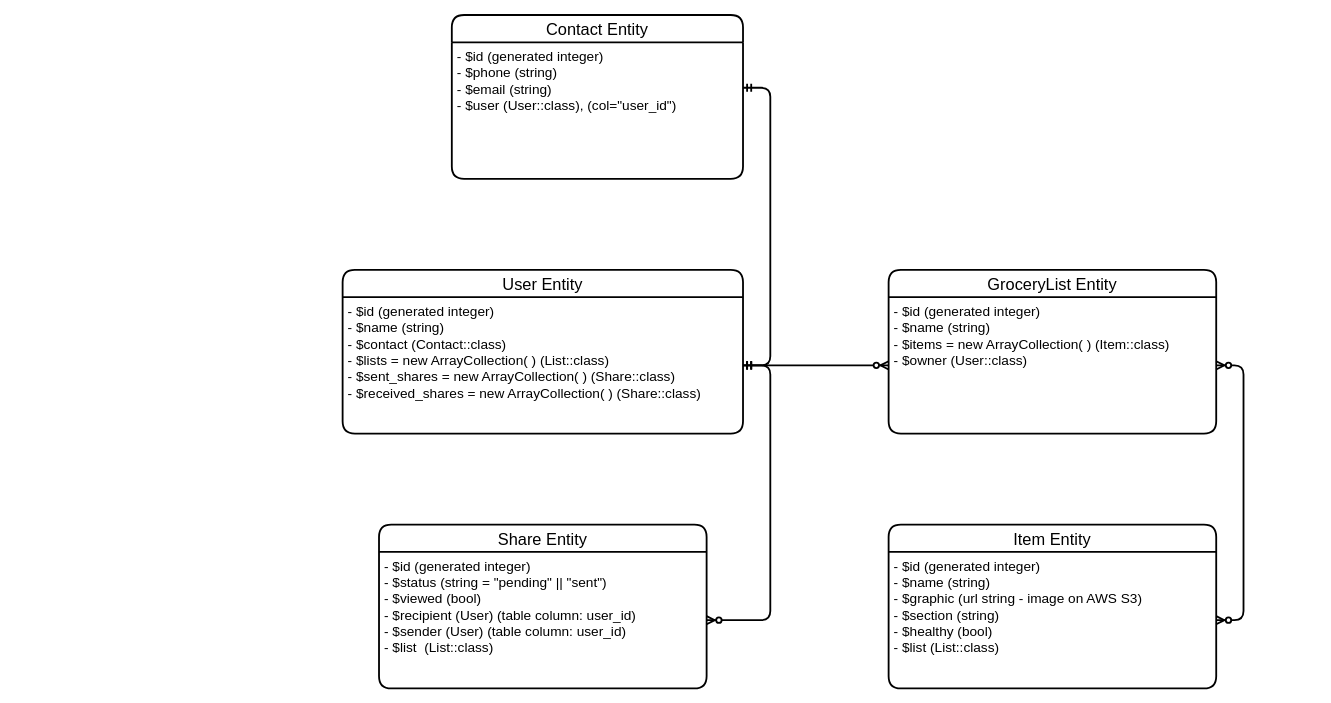
The draw.io diagram PHPapp-sql-diagram.drawio in ericposas/lister-api, before the edit. Source tidied: cells renumbered, new cells numbered last; positions are measured from the earlier drawing's top-left corner, leaving out a move shared by most shapes. Both pictures are drawn from the tidied source at 91%, with x=0, y=0 at pixel (342, 15).
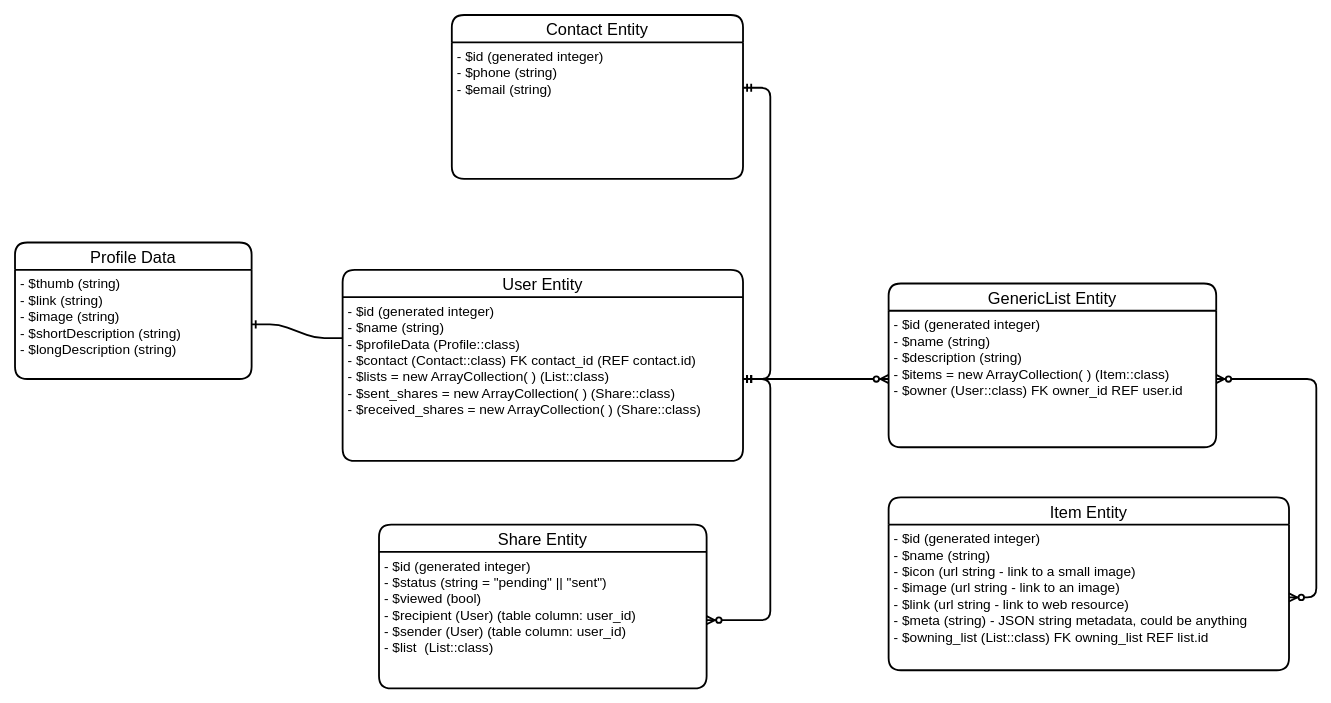
The same diagram, later.

The edit, as a diff of the source:
```diff
@@
 <mxGraphModel>
   <root>
     <mxCell id="0" />
     <mxCell id="1" parent="0" />
     <mxCell id="2" value="User Entity" style="swimlane;horizontal=1;startSize=30;rounded=1;fontSize=18;fontStyle=0;strokeWidth=2;shadow=0;dashed=0;align=center;" parent="1" vertex="1">
-      <mxGeometry y="280" width="440" height="180" as="geometry" />
+      <mxGeometry y="280" width="440" height="210" as="geometry" />
     </mxCell>
-    <mxCell id="3" value="- $id (generated integer)&#10;- $name (string)&#10;- $contact (Contact::class)&#10;- $lists = new ArrayCollection( ) (List::class)&#10;- $sent_shares = new ArrayCollection( ) (Share::class)&#10;- $received_shares = new ArrayCollection( ) (Share::class)&#10;&#10;" style="align=left;strokeColor=none;fillColor=none;spacingLeft=4;fontSize=15;verticalAlign=top;spacingTop=0;" parent="2" vertex="1">
-      <mxGeometry y="30" width="440" height="150" as="geometry" />
+    <mxCell id="3" value="- $id (generated integer)&#10;- $name (string)&#10;- $profileData (Profile::class)&#10;- $contact (Contact::class) FK contact_id (REF contact.id)&#10;- $lists = new ArrayCollection( ) (List::class)&#10;- $sent_shares = new ArrayCollection( ) (Share::class)&#10;- $received_shares = new ArrayCollection( ) (Share::class)&#10;&#10;" style="align=left;strokeColor=none;fillColor=none;spacingLeft=4;fontSize=15;verticalAlign=top;spacingTop=0;" parent="2" vertex="1">
+      <mxGeometry y="30" width="440" height="180" as="geometry" />
     </mxCell>
-    <mxCell id="4" value="GroceryList Entity" style="swimlane;horizontal=1;startSize=30;rounded=1;fontSize=18;fontStyle=0;strokeWidth=2;shadow=0;dashed=0;align=center;" parent="1" vertex="1">
-      <mxGeometry x="600" y="280" width="360" height="180" as="geometry" />
+    <mxCell id="4" value="GenericList Entity" style="swimlane;horizontal=1;startSize=30;rounded=1;fontSize=18;fontStyle=0;strokeWidth=2;shadow=0;dashed=0;align=center;" parent="1" vertex="1">
+      <mxGeometry x="600" y="295" width="360" height="180" as="geometry" />
     </mxCell>
-    <mxCell id="5" value="- $id (generated integer)&#10;- $name (string)&#10;- $items = new ArrayCollection( ) (Item::class)&#10;- $owner (User::class)&#10;" style="align=left;strokeColor=none;fillColor=none;spacingLeft=4;fontSize=15;verticalAlign=top;spacingTop=0;" parent="4" vertex="1">
+    <mxCell id="5" value="- $id (generated integer)&#10;- $name (string)&#10;- $description (string)&#10;- $items = new ArrayCollection( ) (Item::class)&#10;- $owner (User::class) FK owner_id REF user.id&#10;" style="align=left;strokeColor=none;fillColor=none;spacingLeft=4;fontSize=15;verticalAlign=top;spacingTop=0;" parent="4" vertex="1">
       <mxGeometry y="30" width="360" height="150" as="geometry" />
     </mxCell>
     <mxCell id="6" style="edgeStyle=entityRelationEdgeStyle;fontSize=12;html=1;endArrow=ERzeroToMany;startArrow=ERmandOne;strokeWidth=2;exitX=1;exitY=0.5;exitDx=0;exitDy=0;entryX=0;entryY=0.5;entryDx=0;entryDy=0;" parent="1" edge="1" source="3" target="5">
       <mxGeometry relative="1" as="geometry" />
     </mxCell>
     <mxCell id="7" value="Item Entity" style="swimlane;horizontal=1;startSize=30;rounded=1;fontSize=18;fontStyle=0;strokeWidth=2;shadow=0;dashed=0;align=center;" parent="1" vertex="1">
-      <mxGeometry x="600" y="560" width="360" height="180" as="geometry" />
+      <mxGeometry x="600" y="530" width="440" height="190" as="geometry" />
     </mxCell>
-    <mxCell id="8" value="- $id (generated integer)&#10;- $name (string)&#10;- $graphic (url string - image on AWS S3)&#10;- $section (string)&#10;- $healthy (bool)&#10;- $list (List::class)&#10;" style="align=left;strokeColor=none;fillColor=none;spacingLeft=4;fontSize=15;verticalAlign=top;spacingTop=0;" parent="7" vertex="1">
-      <mxGeometry y="30" width="360" height="150" as="geometry" />
+    <mxCell id="8" value="- $id (generated integer)&#10;- $name (string)&#10;- $icon (url string - link to a small image)&#10;- $image (url string - link to an image)&#10;- $link (url string - link to web resource)&#10;- $meta (string) - JSON string metadata, could be anything&#10;- $owning_list (List::class) FK owning_list REF list.id&#10;" style="align=left;strokeColor=none;fillColor=none;spacingLeft=4;fontSize=15;verticalAlign=top;spacingTop=0;" parent="7" vertex="1">
+      <mxGeometry y="30" width="440" height="160" as="geometry" />
     </mxCell>
     <mxCell id="9" style="edgeStyle=entityRelationEdgeStyle;fontSize=12;html=1;endArrow=ERzeroToMany;endFill=1;startArrow=ERzeroToMany;strokeWidth=2;" parent="1" edge="1" source="8" target="5">
       <mxGeometry relative="1" as="geometry" />
     </mxCell>
     <mxCell id="10" value="Share Entity" style="swimlane;horizontal=1;startSize=30;rounded=1;fontSize=18;fontStyle=0;strokeWidth=2;shadow=0;dashed=0;align=center;" parent="1" vertex="1">
       <mxGeometry x="40" y="560" width="360" height="180" as="geometry" />
     </mxCell>
     <mxCell id="11" value="- $id (generated integer)&#10;- $status (string = &quot;pending&quot; || &quot;sent&quot;)&#10;- $viewed (bool)&#10;- $recipient (User) (table column: user_id)&#10;- $sender (User) (table column: user_id)&#10;- $list  (List::class)&#10;&#10;" style="align=left;strokeColor=none;fillColor=none;spacingLeft=4;fontSize=15;verticalAlign=top;spacingTop=0;" parent="10" vertex="1">
       <mxGeometry y="30" width="360" height="150" as="geometry" />
     </mxCell>
     <mxCell id="12" style="edgeStyle=entityRelationEdgeStyle;fontSize=12;html=1;endArrow=ERzeroToMany;startArrow=ERmandOne;strokeWidth=2;" parent="1" edge="1" source="3" target="11">
       <mxGeometry relative="1" as="geometry" />
     </mxCell>
     <mxCell id="13" value="Contact Entity" style="swimlane;horizontal=1;startSize=30;rounded=1;fontSize=18;fontStyle=0;strokeWidth=2;shadow=0;dashed=0;align=center;" parent="1" vertex="1">
       <mxGeometry x="120" width="320" height="180" as="geometry" />
     </mxCell>
-    <mxCell id="14" value="- $id (generated integer)&#10;- $phone (string)&#10;- $email (string)&#10;- $user (User::class), (col=&quot;user_id&quot;)" style="align=left;strokeColor=none;fillColor=none;spacingLeft=4;fontSize=15;verticalAlign=top;spacingTop=0;" parent="13" vertex="1">
+    <mxCell id="14" value="- $id (generated integer)&#10;- $phone (string)&#10;- $email (string)" style="align=left;strokeColor=none;fillColor=none;spacingLeft=4;fontSize=15;verticalAlign=top;spacingTop=0;" parent="13" vertex="1">
       <mxGeometry y="30" width="320" height="150" as="geometry" />
     </mxCell>
     <mxCell id="15" style="edgeStyle=entityRelationEdgeStyle;fontSize=12;html=1;endArrow=ERmandOne;startArrow=ERmandOne;entryX=1;entryY=0.333;entryDx=0;entryDy=0;entryPerimeter=0;strokeWidth=2;" parent="1" edge="1" source="3" target="14">
       <mxGeometry relative="1" as="geometry" />
     </mxCell>
+    <mxCell id="16" value="Profile Data" style="swimlane;horizontal=1;startSize=30;rounded=1;fontSize=18;fontStyle=0;strokeWidth=2;shadow=0;dashed=0;align=center;" parent="1" vertex="1">
+      <mxGeometry x="-360" y="250" width="260" height="150" as="geometry" />
+    </mxCell>
+    <mxCell id="17" value="- $thumb (string)&#10;- $link (string)&#10;- $image (string)&#10;- $shortDescription (string)&#10;- $longDescription (string)&#10;" style="align=left;strokeColor=none;fillColor=none;spacingLeft=4;fontSize=15;verticalAlign=top;" parent="16" vertex="1">
+      <mxGeometry y="30" width="260" height="120" as="geometry" />
+    </mxCell>
+    <mxCell id="18" style="edgeStyle=entityRelationEdgeStyle;fontSize=12;html=1;endArrow=ERone;endFill=1;strokeWidth=2;exitX=0;exitY=0.25;exitDx=0;exitDy=0;" parent="1" edge="1" source="3" target="17">
+      <mxGeometry relative="1" as="geometry" />
+    </mxCell>
   </root>
 </mxGraphModel>
```
